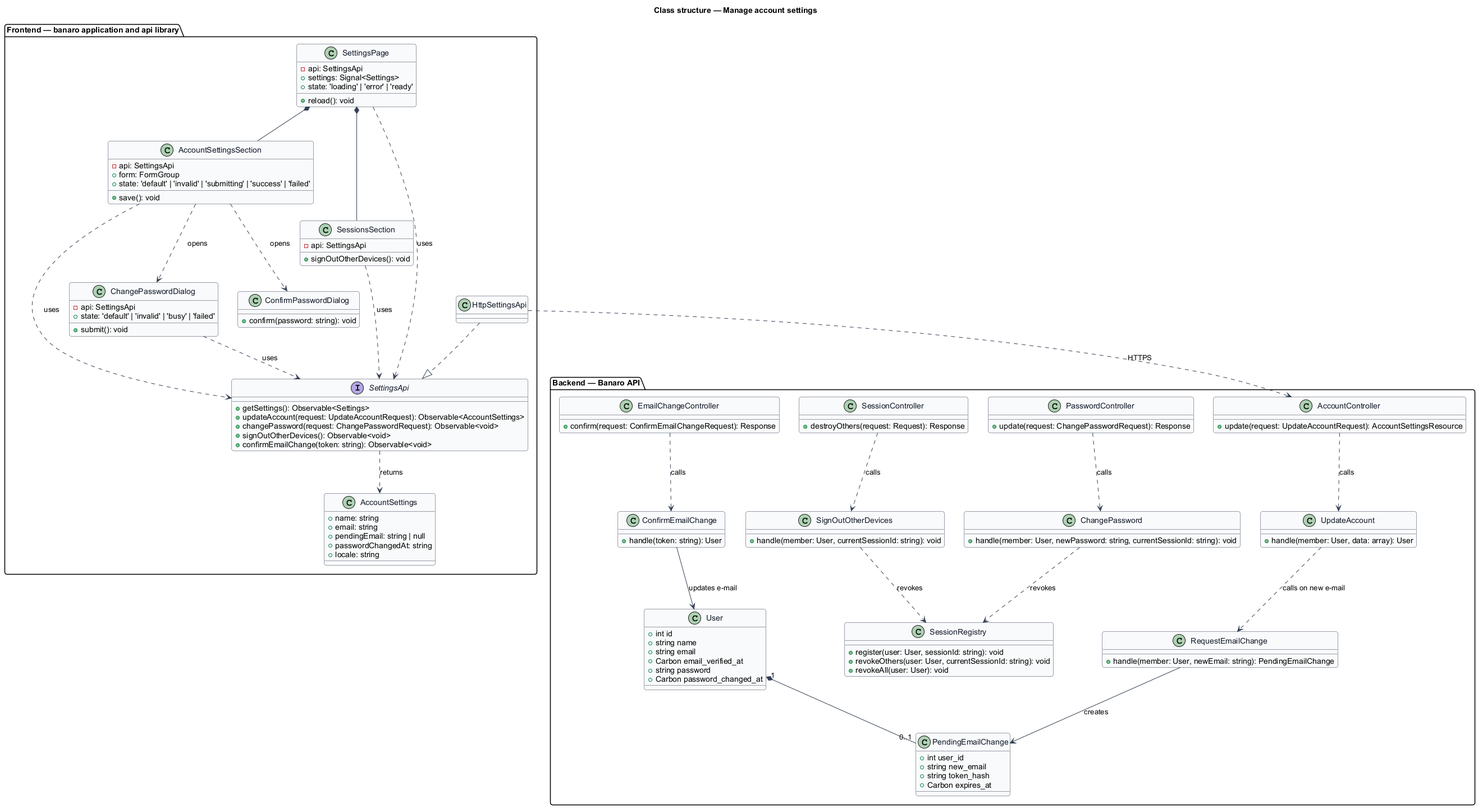
Before: docs/detailed-designs/settings/manage-account-settings/diagrams/class-structure.png, a diagram exported from PlantUML (QuinntyneBrown/banaro). Source of this version:
```plantuml
@startuml
skinparam backgroundColor #FFFFFF
skinparam shadowing false
skinparam roundcorner 8
skinparam defaultFontName Arial
skinparam ArrowColor #344054
skinparam class {
  BorderColor #344054
  FontColor #101828
  BackgroundColor #F9FAFB
}
title Class structure — Manage account settings

package "Frontend — banaro application and api library" {
  class SettingsPage {
    -api: SettingsApi
    +settings: Signal<Settings>
    +state: 'loading' | 'error' | 'ready'
    +reload(): void
  }
  class AccountSettingsSection {
    -api: SettingsApi
    +form: FormGroup
    +state: 'default' | 'invalid' | 'submitting' | 'success' | 'failed'
    +save(): void
  }
  class SessionsSection {
    -api: SettingsApi
    +signOutOtherDevices(): void
  }
  class ConfirmPasswordDialog {
    +confirm(password: string): void
  }
  class ChangePasswordDialog {
    -api: SettingsApi
    +state: 'default' | 'invalid' | 'busy' | 'failed'
    +submit(): void
  }
  interface SettingsApi {
    +getSettings(): Observable<Settings>
    +updateAccount(request: UpdateAccountRequest): Observable<AccountSettings>
    +changePassword(request: ChangePasswordRequest): Observable<void>
    +signOutOtherDevices(): Observable<void>
    +confirmEmailChange(token: string): Observable<void>
  }
  class HttpSettingsApi
  class AccountSettings {
    +name: string
    +email: string
    +pendingEmail: string | null
    +passwordChangedAt: string
    +locale: string
  }
}

package "Backend — Banaro API" {
  class AccountController {
    +update(request: UpdateAccountRequest): AccountSettingsResource
  }
  class PasswordController {
    +update(request: ChangePasswordRequest): Response
  }
  class SessionController {
    +destroyOthers(request: Request): Response
  }
  class EmailChangeController {
    +confirm(request: ConfirmEmailChangeRequest): Response
  }
  class UpdateAccount {
    +handle(member: User, data: array): User
  }
  class RequestEmailChange {
    +handle(member: User, newEmail: string): PendingEmailChange
  }
  class ConfirmEmailChange {
    +handle(token: string): User
  }
  class ChangePassword {
    +handle(member: User, newPassword: string, currentSessionId: string): void
  }
  class SignOutOtherDevices {
    +handle(member: User, currentSessionId: string): void
  }
  class SessionRegistry {
    +register(user: User, sessionId: string): void
    +revokeOthers(user: User, currentSessionId: string): void
    +revokeAll(user: User): void
  }
  class User {
    +int id
    +string name
    +string email
    +Carbon email_verified_at
    +string password
    +Carbon password_changed_at
  }
  class PendingEmailChange {
    +int user_id
    +string new_email
    +string token_hash
    +Carbon expires_at
  }
}

SettingsPage *-- AccountSettingsSection
SettingsPage *-- SessionsSection
SettingsPage ..> SettingsApi : uses
AccountSettingsSection ..> SettingsApi : uses
AccountSettingsSection ..> ConfirmPasswordDialog : opens
AccountSettingsSection ..> ChangePasswordDialog : opens
SessionsSection ..> SettingsApi : uses
ChangePasswordDialog ..> SettingsApi : uses
HttpSettingsApi ..|> SettingsApi
SettingsApi ..> AccountSettings : returns
HttpSettingsApi ..> AccountController : HTTPS

AccountController ..> UpdateAccount : calls
UpdateAccount ..> RequestEmailChange : calls on new e-mail
EmailChangeController ..> ConfirmEmailChange : calls
PasswordController ..> ChangePassword : calls
SessionController ..> SignOutOtherDevices : calls
ChangePassword ..> SessionRegistry : revokes
SignOutOtherDevices ..> SessionRegistry : revokes
RequestEmailChange --> PendingEmailChange : creates
ConfirmEmailChange --> User : updates e-mail
User "1" *-- "0..1" PendingEmailChange
@enduml
```
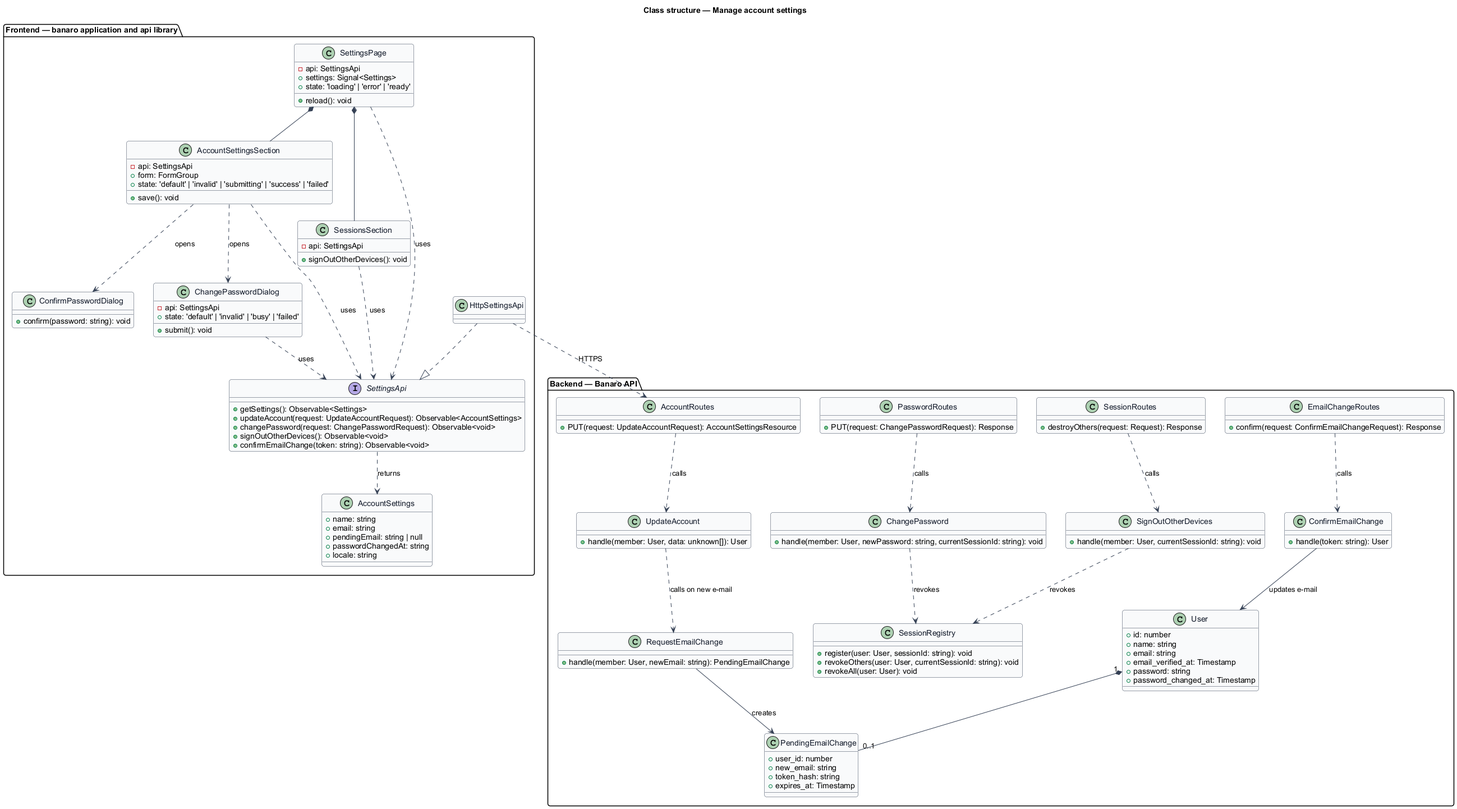
The same file after the commit.

Change to the diagram source:
```diff
@@ -54,20 +54,20 @@
 }
 
 package "Backend — Banaro API" {
-  class AccountController {
-    +update(request: UpdateAccountRequest): AccountSettingsResource
+  class AccountRoutes {
+    +PUT(request: UpdateAccountRequest): AccountSettingsResource
   }
-  class PasswordController {
-    +update(request: ChangePasswordRequest): Response
+  class PasswordRoutes {
+    +PUT(request: ChangePasswordRequest): Response
   }
-  class SessionController {
+  class SessionRoutes {
     +destroyOthers(request: Request): Response
   }
-  class EmailChangeController {
+  class EmailChangeRoutes {
     +confirm(request: ConfirmEmailChangeRequest): Response
   }
   class UpdateAccount {
-    +handle(member: User, data: array): User
+    +handle(member: User, data: unknown[]): User
   }
   class RequestEmailChange {
     +handle(member: User, newEmail: string): PendingEmailChange
@@ -87,18 +87,18 @@
     +revokeAll(user: User): void
   }
   class User {
-    +int id
-    +string name
-    +string email
-    +Carbon email_verified_at
-    +string password
-    +Carbon password_changed_at
+    +id: number
+    +name: string
+    +email: string
+    +email_verified_at: Timestamp
+    +password: string
+    +password_changed_at: Timestamp
   }
   class PendingEmailChange {
-    +int user_id
-    +string new_email
-    +string token_hash
-    +Carbon expires_at
+    +user_id: number
+    +new_email: string
+    +token_hash: string
+    +expires_at: Timestamp
   }
 }
 
@@ -112,13 +112,13 @@
 ChangePasswordDialog ..> SettingsApi : uses
 HttpSettingsApi ..|> SettingsApi
 SettingsApi ..> AccountSettings : returns
-HttpSettingsApi ..> AccountController : HTTPS
+HttpSettingsApi ..> AccountRoutes : HTTPS
 
-AccountController ..> UpdateAccount : calls
+AccountRoutes ..> UpdateAccount : calls
 UpdateAccount ..> RequestEmailChange : calls on new e-mail
-EmailChangeController ..> ConfirmEmailChange : calls
-PasswordController ..> ChangePassword : calls
-SessionController ..> SignOutOtherDevices : calls
+EmailChangeRoutes ..> ConfirmEmailChange : calls
+PasswordRoutes ..> ChangePassword : calls
+SessionRoutes ..> SignOutOtherDevices : calls
 ChangePassword ..> SessionRegistry : revokes
 SignOutOtherDevices ..> SessionRegistry : revokes
 RequestEmailChange --> PendingEmailChange : creates
```
